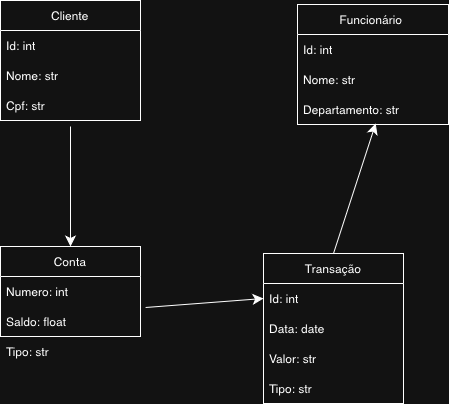
liahqz/IED-S3 keeps this draw.io diagram as Diagrama ENGS.drawio.png. Above is the earlier version. Source tidied: cells renumbered, new cells last; positions are measured from the earlier drawing's top-left corner, leaving out a move shared by most shapes.
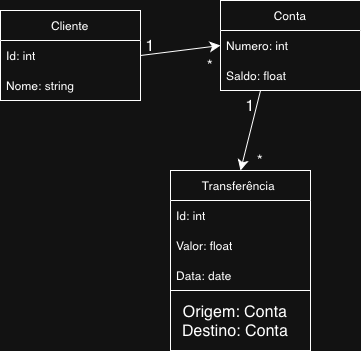
Later version of the same file.

The edit, as a diff of the source:
```diff
@@ -3,34 +3,16 @@
     <mxCell id="0" />
     <mxCell id="1" parent="0" />
     <mxCell id="2" value="Cliente" style="swimlane;fontStyle=0;horizontal=1;startSize=30;whiteSpace=wrap;html=1;" parent="1" vertex="1">
-      <mxGeometry width="140" height="120" as="geometry" />
+      <mxGeometry x="-26" y="93" width="140" height="90" as="geometry" />
     </mxCell>
-    <mxCell id="3" value="Id: int" style="text;strokeColor=none;fillColor=none;align=left;verticalAlign=middle;spacingLeft=4;spacingRight=4;overflow=hidden;whiteSpace=wrap;html=1;" parent="2" vertex="1">
-      <mxGeometry y="30" width="140" height="30" as="geometry" />
-    </mxCell>
-    <mxCell id="4" value="Nome: str" style="text;strokeColor=none;fillColor=none;align=left;verticalAlign=middle;spacingLeft=4;spacingRight=4;overflow=hidden;whiteSpace=wrap;html=1;" parent="2" vertex="1">
-      <mxGeometry y="60" width="140" height="30" as="geometry" />
-    </mxCell>
-    <mxCell id="5" value="Cpf: str" style="text;strokeColor=none;fillColor=none;align=left;verticalAlign=middle;spacingLeft=4;spacingRight=4;overflow=hidden;whiteSpace=wrap;html=1;" parent="2" vertex="1">
-      <mxGeometry y="90" width="140" height="30" as="geometry" />
-    </mxCell>
-    <mxCell id="6" value="Transação" style="swimlane;fontStyle=0;horizontal=1;startSize=30;whiteSpace=wrap;html=1;" parent="1" vertex="1">
-      <mxGeometry x="263" y="253" width="140" height="150" as="geometry" />
-    </mxCell>
-    <mxCell id="7" value="Id: int" style="text;strokeColor=none;fillColor=none;align=left;verticalAlign=middle;spacingLeft=4;spacingRight=4;overflow=hidden;points=[[0,0.5],[1,0.5]];portConstraint=eastwest;whiteSpace=wrap;html=1;" parent="6" vertex="1">
-      <mxGeometry y="30" width="140" height="30" as="geometry" />
-    </mxCell>
-    <mxCell id="8" value="Data: date" style="text;strokeColor=none;fillColor=none;align=left;verticalAlign=middle;spacingLeft=4;spacingRight=4;overflow=hidden;whiteSpace=wrap;html=1;" parent="6" vertex="1">
-      <mxGeometry y="60" width="140" height="30" as="geometry" />
-    </mxCell>
-    <mxCell id="9" value="Valor: str" style="text;strokeColor=none;fillColor=none;align=left;verticalAlign=middle;spacingLeft=4;spacingRight=4;overflow=hidden;whiteSpace=wrap;html=1;" parent="6" vertex="1">
-      <mxGeometry y="90" width="140" height="30" as="geometry" />
-    </mxCell>
-    <mxCell id="10" value="Tipo: str" style="text;strokeColor=none;fillColor=none;align=left;verticalAlign=middle;spacingLeft=4;spacingRight=4;overflow=hidden;whiteSpace=wrap;html=1;" parent="6" vertex="1">
-      <mxGeometry y="120" width="140" height="30" as="geometry" />
-    </mxCell>
+    <mxCell id="22" value="Id: int" style="text;strokeColor=none;fillColor=none;align=left;verticalAlign=middle;spacingLeft=4;spacingRight=4;overflow=hidden;points=[[0,0.5],[1,0.5]];portConstraint=eastwest;whiteSpace=wrap;html=1;" parent="2" vertex="1">
+      <mxGeometry y="30" width="140" height="30" as="geometry" />
+    </mxCell>
+    <mxCell id="23" value="Nome: string" style="text;strokeColor=none;fillColor=none;align=left;verticalAlign=middle;spacingLeft=4;spacingRight=4;overflow=hidden;whiteSpace=wrap;html=1;" parent="2" vertex="1">
+      <mxGeometry y="60" width="140" height="30" as="geometry" />
+    </mxCell>
     <mxCell id="11" value="Conta" style="swimlane;fontStyle=0;horizontal=1;startSize=30;whiteSpace=wrap;html=1;" parent="1" vertex="1">
-      <mxGeometry y="246" width="140" height="90" as="geometry" />
+      <mxGeometry x="194" y="83" width="140" height="90" as="geometry" />
     </mxCell>
     <mxCell id="12" value="Numero: int" style="text;strokeColor=none;fillColor=none;align=left;verticalAlign=middle;spacingLeft=4;spacingRight=4;overflow=hidden;points=[[0,0.5],[1,0.5]];portConstraint=eastwest;whiteSpace=wrap;html=1;" parent="11" vertex="1">
       <mxGeometry y="30" width="140" height="30" as="geometry" />
@@ -38,36 +20,44 @@
     <mxCell id="13" value="Saldo: float" style="text;strokeColor=none;fillColor=none;align=left;verticalAlign=middle;spacingLeft=4;spacingRight=4;overflow=hidden;points=[[0,0.5],[1,0.5]];portConstraint=eastwest;whiteSpace=wrap;html=1;" parent="11" vertex="1">
       <mxGeometry y="60" width="140" height="30" as="geometry" />
     </mxCell>
-    <mxCell id="14" value="Funcionário&amp;nbsp;" style="swimlane;fontStyle=0;horizontal=1;startSize=30;whiteSpace=wrap;html=1;" parent="1" vertex="1">
-      <mxGeometry x="297" y="4" width="151" height="120" as="geometry" />
-    </mxCell>
-    <mxCell id="15" value="Id: int" style="text;strokeColor=none;fillColor=none;align=left;verticalAlign=middle;spacingLeft=4;spacingRight=4;overflow=hidden;whiteSpace=wrap;html=1;" parent="14" vertex="1">
-      <mxGeometry y="30" width="151" height="30" as="geometry" />
-    </mxCell>
-    <mxCell id="16" value="Nome: str" style="text;strokeColor=none;fillColor=none;align=left;verticalAlign=middle;spacingLeft=4;spacingRight=4;overflow=hidden;whiteSpace=wrap;html=1;" parent="14" vertex="1">
-      <mxGeometry y="60" width="151" height="30" as="geometry" />
-    </mxCell>
-    <mxCell id="17" value="Departamento: str" style="text;strokeColor=none;fillColor=none;align=left;verticalAlign=middle;spacingLeft=4;spacingRight=4;overflow=hidden;points=[[0,0.5],[1,0.5]];portConstraint=eastwest;whiteSpace=wrap;html=1;" parent="14" vertex="1">
-      <mxGeometry y="90" width="151" height="30" as="geometry" />
-    </mxCell>
-    <mxCell id="18" style="endArrow=classic;html=1;rounded=0;fontSize=12;startSize=8;endSize=8;curved=1;entryX=0.5;entryY=0;entryDx=0;entryDy=0;" parent="1" edge="1" target="11">
-      <mxGeometry relative="1" as="geometry">
-        <mxPoint x="70" y="126" as="sourcePoint" />
-        <Array as="points">
-          <mxPoint x="70" y="178" />
-        </Array>
-      </mxGeometry>
-    </mxCell>
-    <mxCell id="19" style="endArrow=classic;html=1;rounded=0;fontSize=12;startSize=8;endSize=8;curved=1;entryX=0.518;entryY=0.967;entryDx=0;entryDy=0;entryPerimeter=0;exitX=0.5;exitY=0;exitDx=0;exitDy=0;" parent="1" edge="1" source="6" target="17">
-      <mxGeometry relative="1" as="geometry" />
-    </mxCell>
-    <mxCell id="20" style="endArrow=classic;html=1;rounded=0;fontSize=12;startSize=8;endSize=8;curved=1;entryX=0;entryY=0.5;entryDx=0;entryDy=0;" parent="1" edge="1" target="7">
-      <mxGeometry relative="1" as="geometry">
-        <mxPoint x="145" y="307" as="sourcePoint" />
-      </mxGeometry>
-    </mxCell>
-    <mxCell id="21" value="Tipo: str" style="text;strokeColor=none;fillColor=none;align=left;verticalAlign=middle;spacingLeft=4;spacingRight=4;overflow=hidden;whiteSpace=wrap;html=1;" parent="1" vertex="1">
-      <mxGeometry y="336" width="140" height="30" as="geometry" />
-    </mxCell>
+    <mxCell id="24" value="Transferência&amp;nbsp;" style="swimlane;fontStyle=0;horizontal=1;startSize=30;whiteSpace=wrap;html=1;" parent="1" vertex="1">
+      <mxGeometry x="144" y="253" width="140" height="150" as="geometry" />
+    </mxCell>
+    <mxCell id="25" value="Id: int" style="text;strokeColor=none;fillColor=none;align=left;verticalAlign=middle;spacingLeft=4;spacingRight=4;overflow=hidden;whiteSpace=wrap;html=1;" parent="24" vertex="1">
+      <mxGeometry y="30" width="140" height="30" as="geometry" />
+    </mxCell>
+    <mxCell id="26" value="Valor: float" style="text;strokeColor=none;fillColor=none;align=left;verticalAlign=middle;spacingLeft=4;spacingRight=4;overflow=hidden;whiteSpace=wrap;html=1;" parent="24" vertex="1">
+      <mxGeometry y="60" width="140" height="30" as="geometry" />
+    </mxCell>
+    <mxCell id="8" value="Data: date" style="text;strokeColor=none;fillColor=none;align=left;verticalAlign=middle;spacingLeft=4;spacingRight=4;overflow=hidden;whiteSpace=wrap;html=1;" parent="24" vertex="1">
+      <mxGeometry y="90" width="140" height="30" as="geometry" />
+    </mxCell>
+    <mxCell id="27" value="Origem: Conta" style="text;strokeColor=none;fillColor=none;align=left;verticalAlign=middle;spacingLeft=4;spacingRight=4;overflow=hidden;whiteSpace=wrap;html=1;" parent="24" vertex="1">
+      <mxGeometry y="120" width="140" height="30" as="geometry" />
+    </mxCell>
+    <mxCell id="28" style="rounded=0;whiteSpace=wrap;html=1;" parent="1" vertex="1">
+      <mxGeometry x="144" y="373" width="140" height="60" as="geometry" />
+    </mxCell>
+    <mxCell id="29" value="Origem: Conta&lt;div&gt;Destino: Conta&lt;/div&gt;" style="text;strokeColor=none;align=center;fillColor=none;html=1;verticalAlign=middle;whiteSpace=wrap;rounded=0;fontSize=16;" parent="1" vertex="1">
+      <mxGeometry x="154" y="388" width="110" height="30" as="geometry" />
+    </mxCell>
+    <mxCell id="30" style="edgeStyle=none;jettySize=auto;html=1;rounded=0;fontSize=12;startSize=8;endSize=8;curved=1;exitX=1;exitY=0.5;exitDx=0;exitDy=0;entryX=0;entryY=0.5;entryDx=0;entryDy=0;" parent="1" edge="1" source="22" target="12">
+      <mxGeometry relative="1" as="geometry" />
+    </mxCell>
+    <mxCell id="31" style="edgeStyle=none;jettySize=auto;html=1;rounded=0;fontSize=12;startSize=8;endSize=8;curved=1;exitX=0.286;exitY=1;exitDx=0;exitDy=0;entryX=0.5;entryY=0;entryDx=0;entryDy=0;exitPerimeter=0;" parent="1" edge="1" source="13" target="24">
+      <mxGeometry relative="1" as="geometry" />
+    </mxCell>
+    <mxCell id="32" value="1" style="text;strokeColor=none;align=center;fillColor=none;html=1;verticalAlign=middle;whiteSpace=wrap;rounded=0;fontSize=16;" parent="1" vertex="1">
+      <mxGeometry x="94" y="113" width="60" height="30" as="geometry" />
+    </mxCell>
+    <mxCell id="33" value="*" style="text;strokeColor=none;align=center;fillColor=none;html=1;verticalAlign=middle;whiteSpace=wrap;rounded=0;fontSize=16;" parent="1" vertex="1">
+      <mxGeometry x="154" y="133" width="60" height="30" as="geometry" />
+    </mxCell>
+    <mxCell id="34" value="*" style="text;strokeColor=none;align=center;fillColor=none;html=1;verticalAlign=middle;whiteSpace=wrap;rounded=0;fontSize=16;" parent="1" vertex="1">
+      <mxGeometry x="204" y="213" width="60" height="60" as="geometry" />
+    </mxCell>
+    <mxCell id="35" value="1" style="text;strokeColor=none;align=center;fillColor=none;html=1;verticalAlign=middle;whiteSpace=wrap;rounded=0;fontSize=16;" parent="1" vertex="1">
+      <mxGeometry x="194" y="173" width="60" height="30" as="geometry" />
+    </mxCell>
   </root>
 </mxGraphModel>
```
